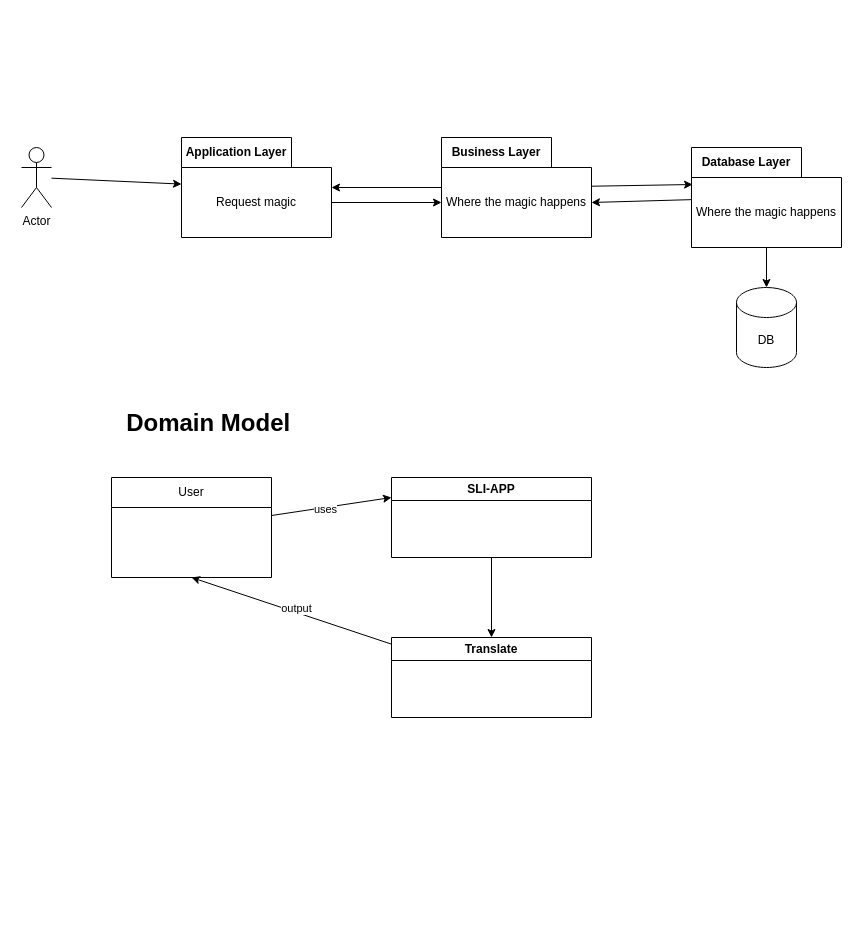
Above: documentation/domain_model.drawio in SandrAdora/SLI (draw.io), before the change. Source tidied: cells renumbered, new cells numbered last; positions are measured from the earlier drawing's top-left corner, leaving out a move shared by most shapes. Both pictures are drawn from the tidied source at 100%, with x=0, y=0 at pixel (21, 137).
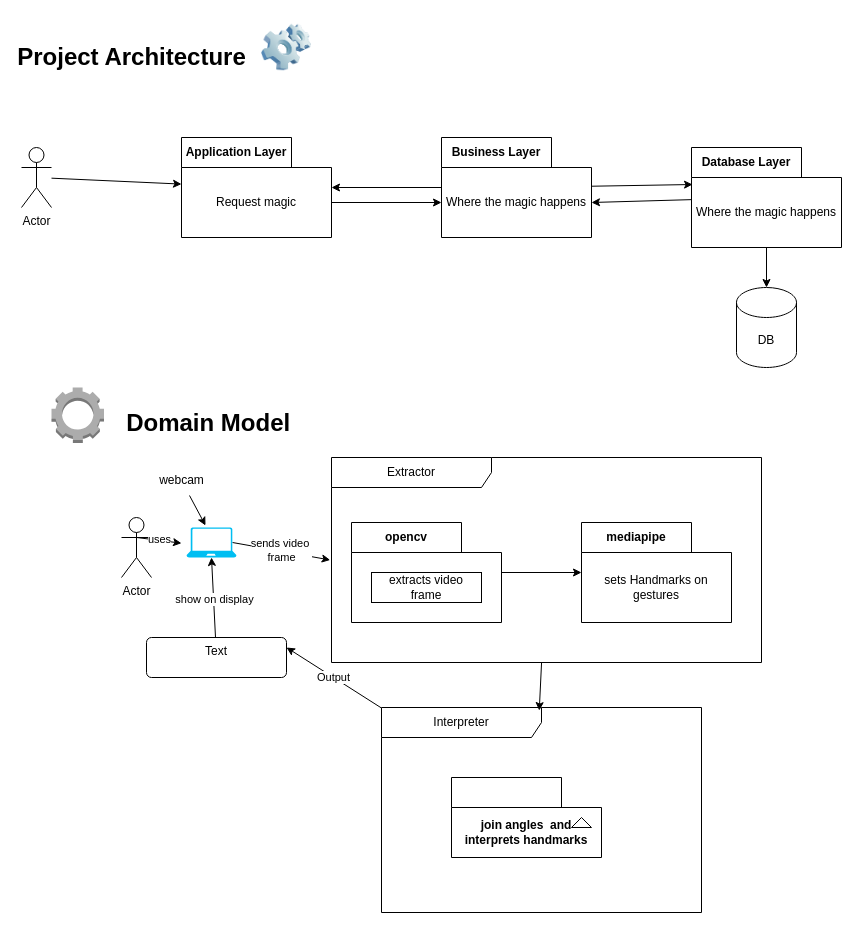
After the change.

Commit message:
updated domain model

Diff of the diagram source:
```diff
@@
-    <mxCell id="17" style="edgeStyle=none;html=1;entryX=0;entryY=0.25;entryDx=0;entryDy=0;" parent="1" edge="1" source="19" target="21">
-      <mxGeometry relative="1" as="geometry" />
-    </mxCell>
+    <mxCell id="25" value="Project Architecture" style="text;strokeColor=none;fillColor=none;html=1;fontSize=24;fontStyle=1;verticalAlign=middle;align=center;" parent="1" vertex="1">
+      <mxGeometry x="60" y="-100" width="100" height="40" as="geometry" />
+    </mxCell>
+    <mxCell id="26" style="dashed=0;verticalLabelPosition=bottom;verticalAlign=top;align=center;html=1;shape=mxgraph.aws3.human_intelligence_tasks_hit;fillColor=#ACACAC;gradientColor=none;" parent="1" vertex="1">
+      <mxGeometry x="30" y="250" width="52.5" height="55.5" as="geometry" />
+    </mxCell>
+    <mxCell id="27" value="Actor" style="shape=umlActor;verticalLabelPosition=bottom;verticalAlign=top;html=1;" parent="1" vertex="1">
+      <mxGeometry x="100" y="380" width="30" height="60" as="geometry" />
+    </mxCell>
+    <mxCell id="28" style="edgeStyle=none;html=1;exitX=0.5;exitY=0.333;exitDx=0;exitDy=0;exitPerimeter=0;" parent="1" edge="1" source="27">
+      <mxGeometry relative="1" as="geometry">
+        <mxPoint x="160" y="405.7" as="targetPoint" />
+      </mxGeometry>
+    </mxCell>
-    <mxCell id="18" value="uses" style="edgeLabel;html=1;align=center;verticalAlign=middle;" parent="17" vertex="1">
-      <mxGeometry x="-0.13" y="-1" relative="1" as="geometry">
-        <mxPoint x="1" as="offset" />
-      </mxGeometry>
+    <mxCell id="18" value="uses" style="edgeLabel;html=1;align=center;verticalAlign=middle;" parent="28" vertex="1">
+      <mxGeometry x="0.03" y="1" relative="1" as="geometry" />
     </mxCell>
-    <mxCell id="19" value="User" style="swimlane;fontStyle=0;horizontal=1;startSize=30;whiteSpace=wrap;html=1;" parent="1" vertex="1">
-      <mxGeometry x="90" y="340" width="160" height="100" as="geometry" />
-    </mxCell>
-    <mxCell id="20" style="edgeStyle=none;html=1;" parent="1" edge="1" source="21" target="24">
-      <mxGeometry relative="1" as="geometry" />
-    </mxCell>
-    <mxCell id="21" value="SLI-APP" style="swimlane;whiteSpace=wrap;html=1;" parent="1" vertex="1">
-      <mxGeometry x="370" y="340" width="200" height="80" as="geometry" />
-    </mxCell>
-    <mxCell id="22" style="edgeStyle=none;html=1;entryX=0.5;entryY=1;entryDx=0;entryDy=0;" parent="1" edge="1" source="24" target="19">
-      <mxGeometry relative="1" as="geometry" />
-    </mxCell>
-    <mxCell id="23" value="output" style="edgeLabel;html=1;align=center;verticalAlign=middle;" parent="22" vertex="1">
-      <mxGeometry x="-0.03" y="-4" relative="1" as="geometry" />
-    </mxCell>
-    <mxCell id="24" value="Translate" style="swimlane;whiteSpace=wrap;html=1;" parent="1" vertex="1">
-      <mxGeometry x="370" y="500" width="200" height="80" as="geometry" />
-    </mxCell>
+    <mxCell id="29" value="Extractor" style="shape=umlFrame;whiteSpace=wrap;html=1;width=160;" parent="1" vertex="1">
+      <mxGeometry x="310" y="320" width="430" height="205" as="geometry" />
+    </mxCell>
+    <mxCell id="30" style="edgeStyle=none;html=1;" parent="29" edge="1" source="31" target="33">
+      <mxGeometry relative="1" as="geometry" />
+    </mxCell>
+    <mxCell id="31" value="opencv" style="shape=folder;fontStyle=1;tabWidth=110;tabHeight=30;tabPosition=left;html=1;boundedLbl=1;labelInHeader=1;whiteSpace=wrap;" parent="29" vertex="1">
+      <mxGeometry x="20" y="65" width="150" height="100" as="geometry" />
+    </mxCell>
+    <mxCell id="32" value="extracts video frame" style="html=1;whiteSpace=wrap;" parent="31" vertex="1">
+      <mxGeometry width="110" height="30" relative="1" as="geometry">
+        <mxPoint x="20" y="50" as="offset" />
+      </mxGeometry>
+    </mxCell>
+    <mxCell id="33" value="mediapipe" style="shape=folder;fontStyle=1;tabWidth=110;tabHeight=30;tabPosition=left;html=1;boundedLbl=1;labelInHeader=1;whiteSpace=wrap;" parent="29" vertex="1">
+      <mxGeometry x="250" y="65" width="150" height="100" as="geometry" />
+    </mxCell>
+    <mxCell id="34" value="sets Handmarks on gestures" style="html=1;strokeColor=none;fillColor=none;whiteSpace=wrap;" parent="33" vertex="1">
+      <mxGeometry width="150" height="70" relative="1" as="geometry">
+        <mxPoint y="30" as="offset" />
+      </mxGeometry>
+    </mxCell>
+    <mxCell id="35" style="edgeStyle=none;html=1;entryX=-0.003;entryY=0.5;entryDx=0;entryDy=0;entryPerimeter=0;exitX=0.92;exitY=0.5;exitDx=0;exitDy=0;exitPerimeter=0;" parent="1" edge="1" source="43" target="29">
+      <mxGeometry relative="1" as="geometry" />
+    </mxCell>
+    <mxCell id="36" value="sends video&amp;nbsp;&lt;div&gt;frame&lt;/div&gt;" style="edgeLabel;html=1;align=center;verticalAlign=middle;" parent="35" vertex="1">
+      <mxGeometry x="-0.02" y="1" relative="1" as="geometry" />
+    </mxCell>
+    <mxCell id="37" style="edgeStyle=none;html=1;entryX=1;entryY=0.25;entryDx=0;entryDy=0;" parent="1" edge="1" source="39" target="42">
+      <mxGeometry relative="1" as="geometry" />
+    </mxCell>
+    <mxCell id="38" value="Output" style="edgeLabel;html=1;align=center;verticalAlign=middle;" parent="37" vertex="1">
+      <mxGeometry x="0.02" relative="1" as="geometry" />
+    </mxCell>
+    <mxCell id="39" value="Interpreter" style="shape=umlFrame;whiteSpace=wrap;html=1;width=160;" parent="1" vertex="1">
+      <mxGeometry x="360" y="570" width="320" height="205" as="geometry" />
+    </mxCell>
+    <mxCell id="40" value="join angles&amp;nbsp; and interprets handmarks" style="shape=folder;fontStyle=1;tabWidth=110;tabHeight=30;tabPosition=left;html=1;boundedLbl=1;folderSymbol=triangle;whiteSpace=wrap;" parent="39" vertex="1">
+      <mxGeometry x="70" y="70" width="150" height="80" as="geometry" />
+    </mxCell>
+    <mxCell id="41" style="edgeStyle=none;html=1;entryX=0.493;entryY=0.015;entryDx=0;entryDy=0;entryPerimeter=0;" parent="1" edge="1" source="29" target="39">
+      <mxGeometry relative="1" as="geometry" />
+    </mxCell>
+    <mxCell id="42" value="Text" style="html=1;align=center;verticalAlign=top;rounded=1;absoluteArcSize=1;arcSize=10;dashed=0;whiteSpace=wrap;" parent="1" vertex="1">
+      <mxGeometry x="125" y="500" width="140" height="40" as="geometry" />
+    </mxCell>
+    <mxCell id="43" style="verticalLabelPosition=bottom;html=1;verticalAlign=top;align=center;strokeColor=none;fillColor=#00BEF2;shape=mxgraph.azure.laptop;" parent="1" vertex="1">
+      <mxGeometry x="165" y="390" width="50" height="30" as="geometry" />
+    </mxCell>
+    <mxCell id="44" value="webcam" style="text;html=1;align=center;verticalAlign=middle;points=[];strokeColor=none;fillColor=none;" parent="1" vertex="1">
+      <mxGeometry x="125" y="328" width="70" height="30" as="geometry" />
+    </mxCell>
+    <mxCell id="45" style="edgeStyle=none;html=1;entryX=0.38;entryY=-0.067;entryDx=0;entryDy=0;entryPerimeter=0;" parent="1" edge="1" source="44" target="43">
+      <mxGeometry relative="1" as="geometry" />
+    </mxCell>
+    <mxCell id="46" style="edgeStyle=none;html=1;entryX=0.5;entryY=1;entryDx=0;entryDy=0;entryPerimeter=0;" parent="1" edge="1" source="42" target="43">
+      <mxGeometry relative="1" as="geometry" />
+    </mxCell>
+    <mxCell id="47" value="show on display" style="edgeLabel;html=1;align=center;verticalAlign=middle;" parent="46" vertex="1">
+      <mxGeometry x="-0.02" relative="1" as="geometry" />
+    </mxCell>
+    <mxCell id="48" style="image;html=1;image=img/lib/clip_art/computers/Software_128x128.png;" parent="1" vertex="1">
+      <mxGeometry x="240" y="-120" width="50" height="60" as="geometry" />
+    </mxCell>
```
